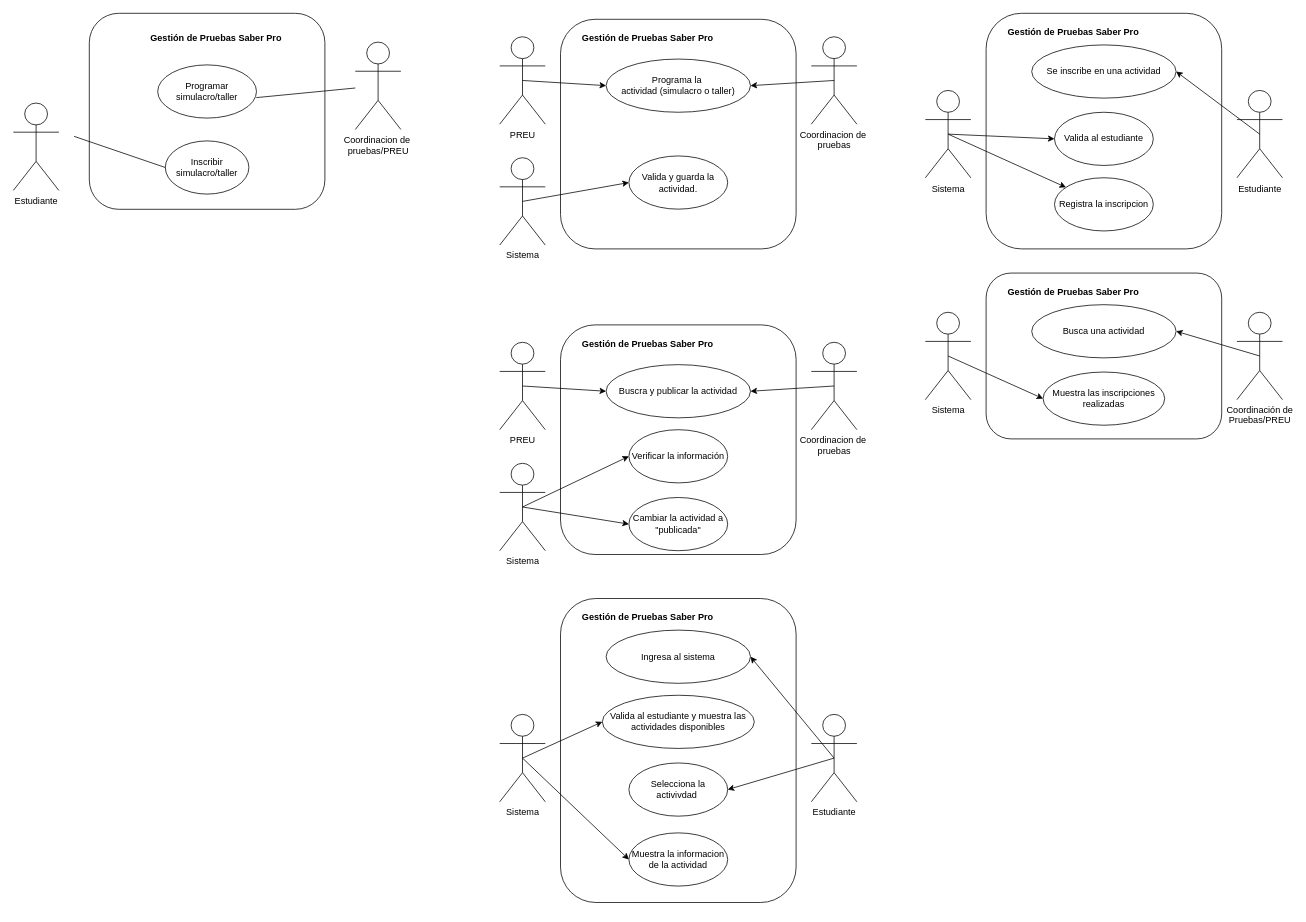
Earlier version of the draw.io diagram Diagramas cdu/simulacro.drawio (lauubeltran/isi-2026ii-SaberPro). Source tidied: cells renumbered, new cells numbered last; positions are measured from the earlier drawing's top-left corner, leaving out a move shared by most shapes. Both pictures are drawn from the tidied source at 76%, with x=0, y=0 at pixel (13, 13).
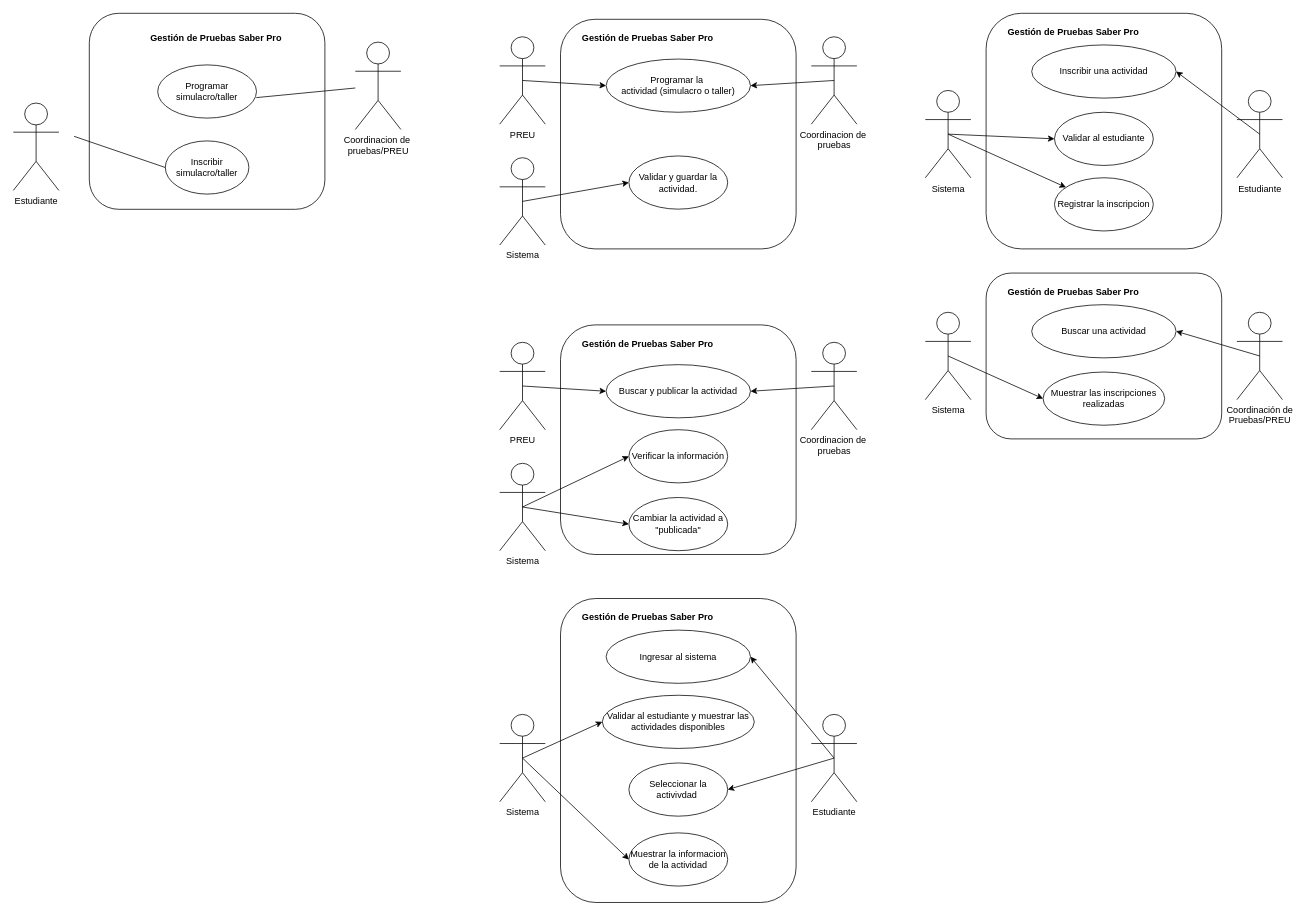
The same diagram, later.

The edit, as a diff of the source:
```diff
@@
-    <mxCell id="18" value="Programa la&amp;nbsp;&lt;div&gt;actividad (simulacro o taller)&lt;/div&gt;" style="ellipse;whiteSpace=wrap;html=1;shapeInside=1;" parent="1" vertex="1">
+    <mxCell id="18" value="Programar la&amp;nbsp;&lt;div&gt;actividad (simulacro o taller)&lt;/div&gt;" style="ellipse;whiteSpace=wrap;html=1;shapeInside=1;" parent="1" vertex="1">
       <mxGeometry x="780" y="60.2" width="190" height="70" as="geometry" />
     </mxCell>
@@
-    <mxCell id="25" value="Valida y guarda la actividad." style="ellipse;whiteSpace=wrap;html=1;shapeInside=1;" parent="1" vertex="1">
+    <mxCell id="25" value="Validar y guardar la actividad." style="ellipse;whiteSpace=wrap;html=1;shapeInside=1;" parent="1" vertex="1">
       <mxGeometry x="810" y="187.7" width="130" height="70" as="geometry" />
     </mxCell>
@@
-    <mxCell id="30" value="Buscra y publicar la actividad" style="ellipse;whiteSpace=wrap;html=1;shapeInside=1;" parent="1" vertex="1">
+    <mxCell id="30" value="Buscar y publicar la actividad" style="ellipse;whiteSpace=wrap;html=1;shapeInside=1;" parent="1" vertex="1">
       <mxGeometry x="780" y="462.3" width="190" height="70" as="geometry" />
     </mxCell>
@@
-    <mxCell id="44" value="Ingresa al sistema" style="ellipse;whiteSpace=wrap;html=1;shapeInside=1;" parent="1" vertex="1">
+    <mxCell id="44" value="Ingresar al sistema" style="ellipse;whiteSpace=wrap;html=1;shapeInside=1;" parent="1" vertex="1">
       <mxGeometry x="780" y="811.6" width="190" height="70" as="geometry" />
     </mxCell>
@@
-    <mxCell id="51" value="Valida al estudiante y muestra las actividades disponibles" style="ellipse;whiteSpace=wrap;html=1;shapeInside=1;" parent="1" vertex="1">
+    <mxCell id="51" value="Validar al estudiante y muestrar las actividades disponibles" style="ellipse;whiteSpace=wrap;html=1;shapeInside=1;" parent="1" vertex="1">
       <mxGeometry x="775" y="897.3" width="200" height="70" as="geometry" />
     </mxCell>
-    <mxCell id="52" value="Selecciona la activivdad&amp;nbsp;" style="ellipse;whiteSpace=wrap;html=1;shapeInside=1;" parent="1" vertex="1">
+    <mxCell id="52" value="Seleccionar la activivdad&amp;nbsp;" style="ellipse;whiteSpace=wrap;html=1;shapeInside=1;" parent="1" vertex="1">
       <mxGeometry x="810" y="986.4" width="130" height="70" as="geometry" />
     </mxCell>
-    <mxCell id="53" value="Muestra la informacion de la actividad" style="ellipse;whiteSpace=wrap;html=1;shapeInside=1;" parent="1" vertex="1">
+    <mxCell id="53" value="Muestrar la informacion de la actividad" style="ellipse;whiteSpace=wrap;html=1;shapeInside=1;" parent="1" vertex="1">
       <mxGeometry x="810" y="1078.4" width="130" height="70" as="geometry" />
     </mxCell>
@@
-    <mxCell id="57" value="Se inscribe en una actividad" style="ellipse;whiteSpace=wrap;html=1;shapeInside=1;" parent="1" vertex="1">
+    <mxCell id="57" value="Inscribir una actividad" style="ellipse;whiteSpace=wrap;html=1;shapeInside=1;" parent="1" vertex="1">
       <mxGeometry x="1340" y="41.6" width="190" height="70" as="geometry" />
     </mxCell>
@@
-    <mxCell id="64" value="Registra la inscripcion" style="ellipse;whiteSpace=wrap;html=1;shapeInside=1;" parent="1" vertex="1">
+    <mxCell id="64" value="Registrar la inscripcion" style="ellipse;whiteSpace=wrap;html=1;shapeInside=1;" parent="1" vertex="1">
       <mxGeometry x="1370" y="216.4" width="130" height="70" as="geometry" />
     </mxCell>
-    <mxCell id="65" value="Valida al estudiante" style="ellipse;whiteSpace=wrap;html=1;shapeInside=1;" parent="1" vertex="1">
+    <mxCell id="65" value="Validar al estudiante" style="ellipse;whiteSpace=wrap;html=1;shapeInside=1;" parent="1" vertex="1">
       <mxGeometry x="1370" y="130.2" width="130" height="70" as="geometry" />
     </mxCell>
@@
-    <mxCell id="69" value="Busca una actividad" style="ellipse;whiteSpace=wrap;html=1;shapeInside=1;" parent="1" vertex="1">
+    <mxCell id="69" value="Buscar una actividad" style="ellipse;whiteSpace=wrap;html=1;shapeInside=1;" parent="1" vertex="1">
       <mxGeometry x="1340" y="383.4" width="190" height="70" as="geometry" />
     </mxCell>
@@
-    <mxCell id="75" value="Muestra las inscripciones realizadas" style="ellipse;whiteSpace=wrap;html=1;shapeInside=1;" parent="1" vertex="1">
+    <mxCell id="75" value="Muestrar las inscripciones realizadas" style="ellipse;whiteSpace=wrap;html=1;shapeInside=1;" parent="1" vertex="1">
       <mxGeometry x="1355" y="472" width="160" height="70" as="geometry" />
     </mxCell>
```
